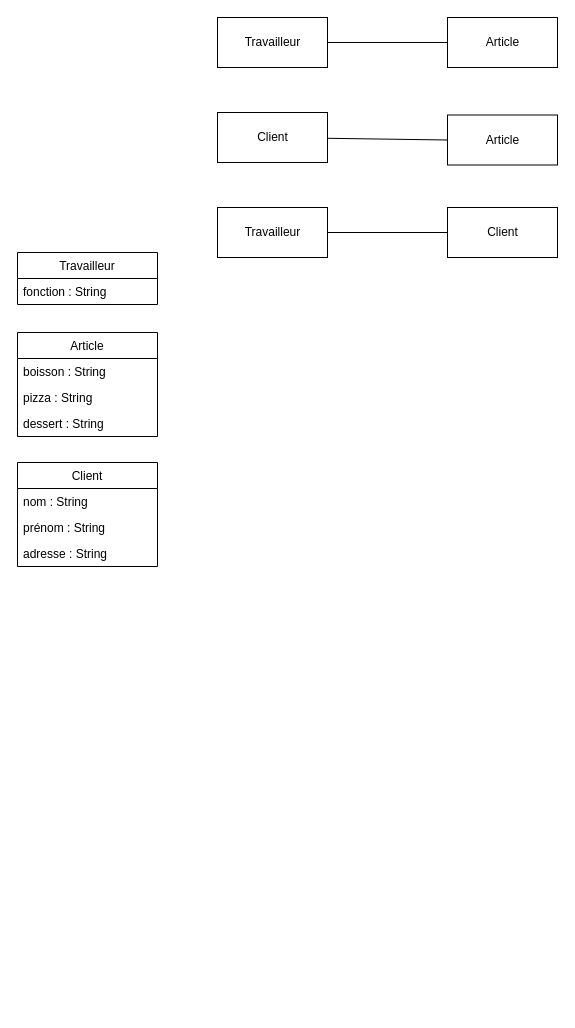
This is Untitled Diagram.drawio from vinsbld/StechOcPizz, a draw.io file, before an edit. Source tidied: cells renumbered, new cells numbered last; positions are measured from the earlier drawing's top-left corner, leaving out a move shared by most shapes. Both pictures are drawn from the tidied source at 100%, with x=0, y=0 at pixel (17, 17).
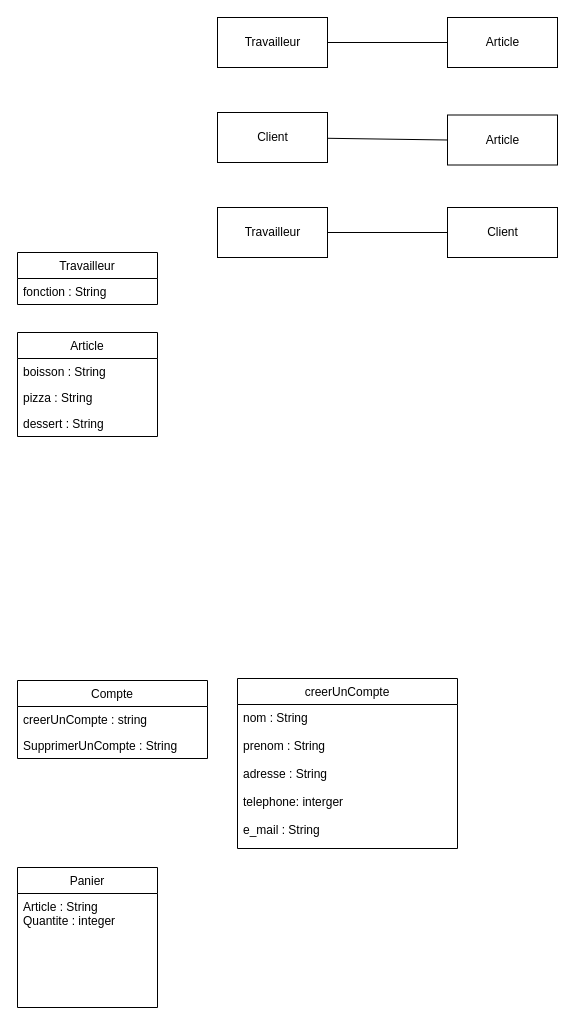
The same page after the edit.

Diff of the diagram source:
```diff
@@
-    <mxCell id="13" value="Client" style="swimlane;fontStyle=0;horizontal=1;startSize=26;fillColor=none;" parent="1" vertex="1">
-      <mxGeometry y="445" width="140" height="104" as="geometry" />
-    </mxCell>
-    <mxCell id="14" value="nom : String" style="text;strokeColor=none;fillColor=none;align=left;verticalAlign=top;spacingLeft=4;spacingRight=4;overflow=hidden;" parent="13" vertex="1">
-      <mxGeometry y="26" width="140" height="26" as="geometry" />
-    </mxCell>
-    <mxCell id="15" value="prénom : String" style="text;strokeColor=none;fillColor=none;align=left;verticalAlign=top;spacingLeft=4;spacingRight=4;overflow=hidden;" parent="13" vertex="1">
-      <mxGeometry y="52" width="140" height="26" as="geometry" />
-    </mxCell>
-    <mxCell id="16" value="adresse : String" style="text;strokeColor=none;fillColor=none;align=left;verticalAlign=top;spacingLeft=4;spacingRight=4;overflow=hidden;" parent="13" vertex="1">
-      <mxGeometry y="78" width="140" height="26" as="geometry" />
-    </mxCell>
@@
+    <mxCell id="21" value="Panier" style="swimlane;fontStyle=0;horizontal=1;startSize=26;fillColor=none;" parent="1" vertex="1">
+      <mxGeometry y="850" width="140" height="140" as="geometry" />
+    </mxCell>
+    <mxCell id="22" value="Article : String&#10;Quantite : integer&#10;" style="text;strokeColor=none;fillColor=none;align=left;verticalAlign=top;spacingLeft=4;spacingRight=4;overflow=hidden;" parent="21" vertex="1">
+      <mxGeometry y="26" width="140" height="114" as="geometry" />
+    </mxCell>
+    <mxCell id="23" value="Compte" style="swimlane;fontStyle=0;horizontal=1;startSize=26;fillColor=none;" parent="1" vertex="1">
+      <mxGeometry y="663" width="190" height="78" as="geometry" />
+    </mxCell>
+    <mxCell id="24" value="creerUnCompte : string" style="text;strokeColor=none;fillColor=none;align=left;verticalAlign=top;spacingLeft=4;spacingRight=4;overflow=hidden;" parent="23" vertex="1">
+      <mxGeometry y="26" width="190" height="26" as="geometry" />
+    </mxCell>
+    <mxCell id="25" value="SupprimerUnCompte : String" style="text;strokeColor=none;fillColor=none;align=left;verticalAlign=top;spacingLeft=4;spacingRight=4;overflow=hidden;" parent="23" vertex="1">
+      <mxGeometry y="52" width="190" height="26" as="geometry" />
+    </mxCell>
+    <mxCell id="26" value="creerUnCompte" style="swimlane;fontStyle=0;horizontal=1;startSize=26;fillColor=none;" parent="1" vertex="1">
+      <mxGeometry x="220" y="661" width="220" height="170" as="geometry" />
+    </mxCell>
+    <mxCell id="27" value="nom : String&#10;&#10;prenom : String&#10;&#10;adresse : String&#10;&#10;telephone: interger&#10;&#10;e_mail : String&#10;" style="text;strokeColor=none;fillColor=none;align=left;verticalAlign=top;spacingLeft=4;spacingRight=4;overflow=hidden;" parent="26" vertex="1">
+      <mxGeometry y="26" width="220" height="144" as="geometry" />
+    </mxCell>
```
